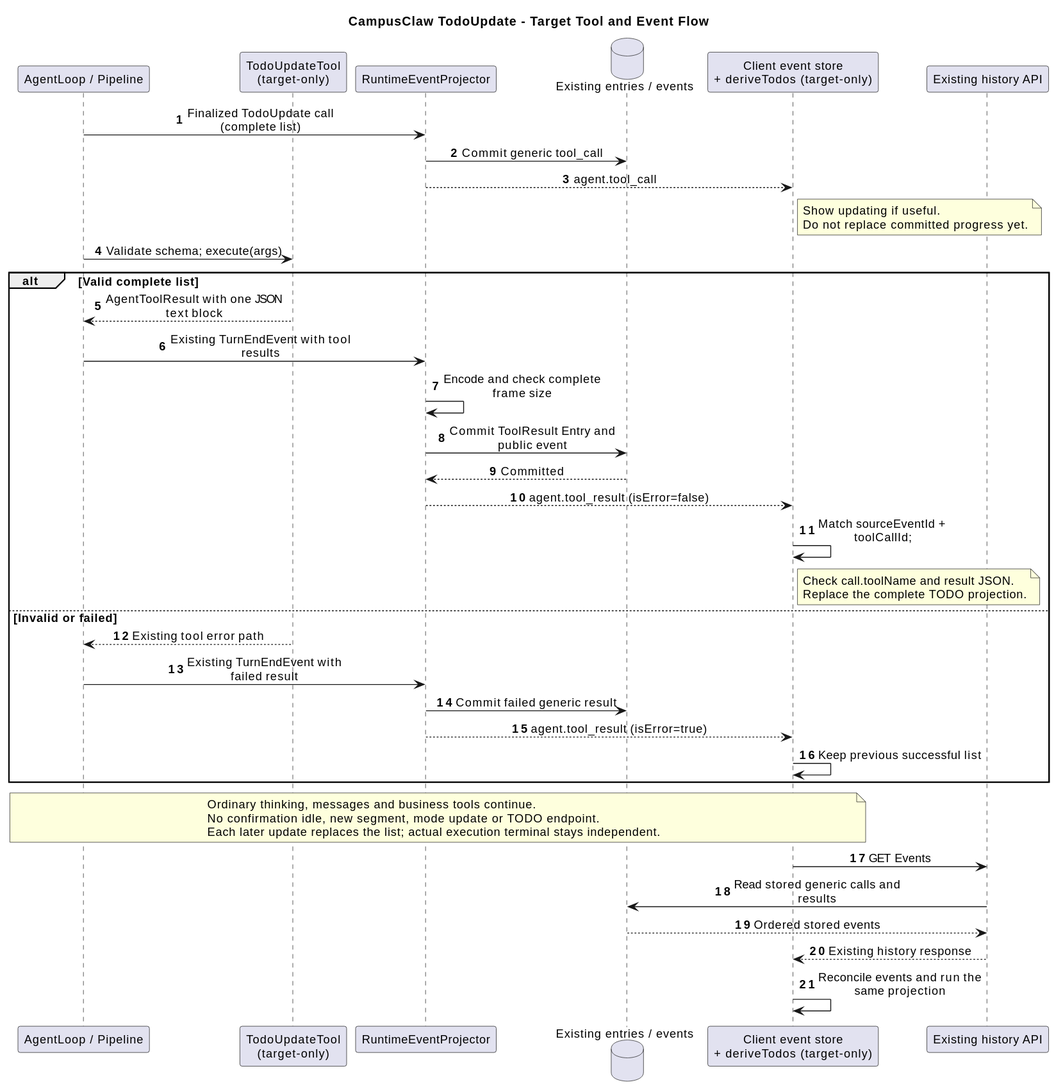
This is 01-总体架构/06-CampusClaw计划模式/todo_update_sequence.svg from ssm0808/pi-mono-java-design, a PlantUML export, as it was before one commit.
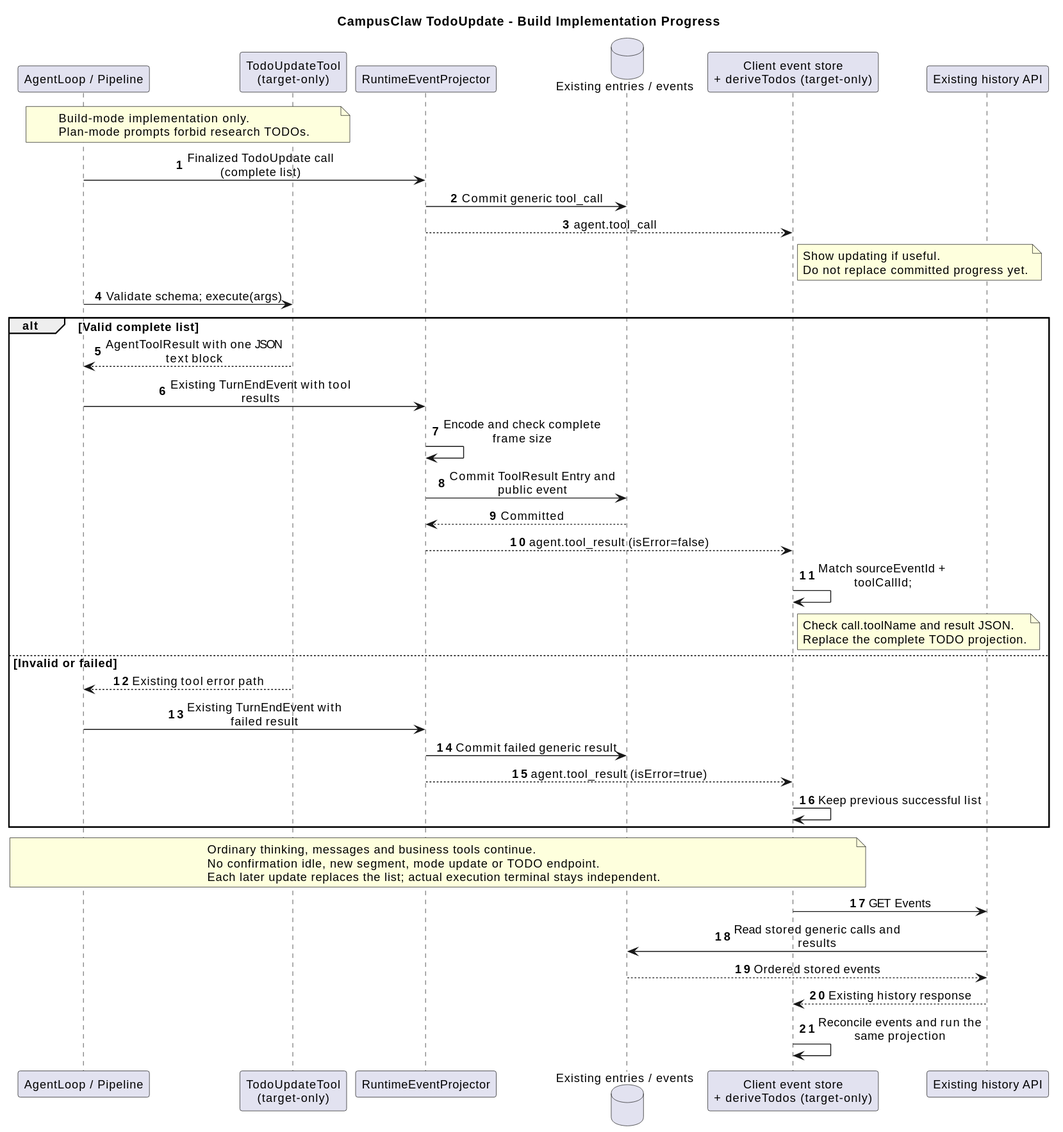
After the change.

What changed in the source:
```diff
@@ -1,5 +1,5 @@
 @startuml
-title CampusClaw TodoUpdate - Target Tool and Event Flow
+title CampusClaw TodoUpdate - Build Implementation Progress
 skinparam backgroundColor #FFFFFF
 skinparam defaultFontName SansSerif
 skinparam defaultFontSize 13
@@ -14,6 +14,10 @@
 participant "Client event store\n+ deriveTodos (target-only)" as UI
 participant "Existing history API" as History
 
+note over Loop,Todo
+  Build-mode implementation only.
+  Plan-mode prompts forbid research TODOs.
+end note
 Loop -> Projector : Finalized TodoUpdate call (complete list)
 Projector -> DB : Commit generic tool_call
 Projector --> UI : agent.tool_call
```
